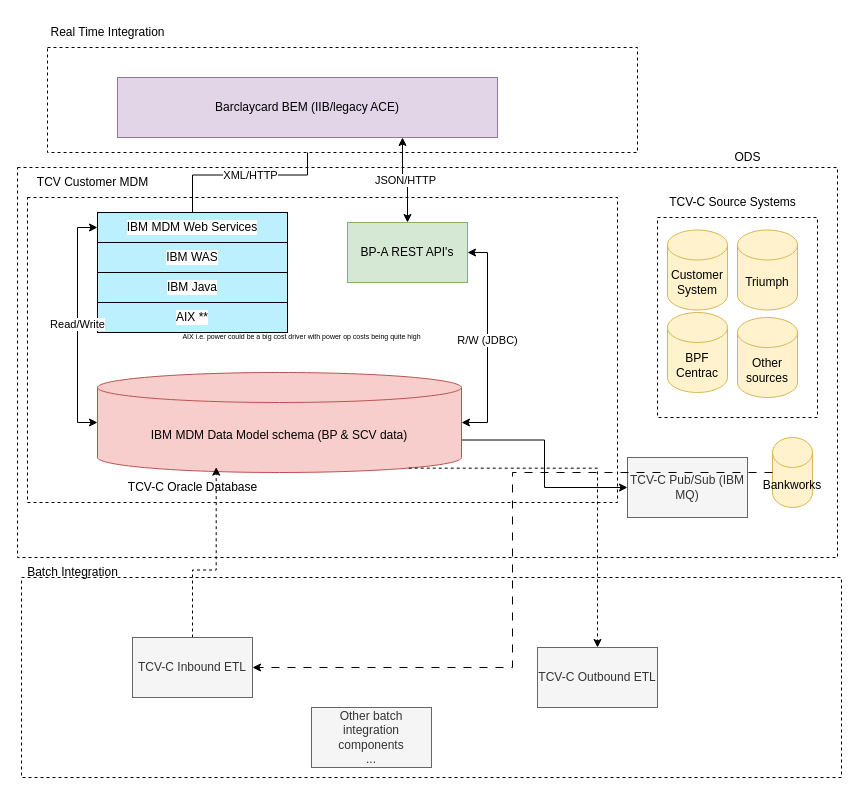
This is Untitled Diagram.drawio from benbjohnson/thesecretlivesofdata, a draw.io file, before an edit. Source tidied: cells renumbered, new cells numbered last; positions are measured from the earlier drawing's top-left corner, leaving out a move shared by most shapes. Both pictures are drawn from the tidied source at 100%, with x=0, y=0 at pixel (17, 17).
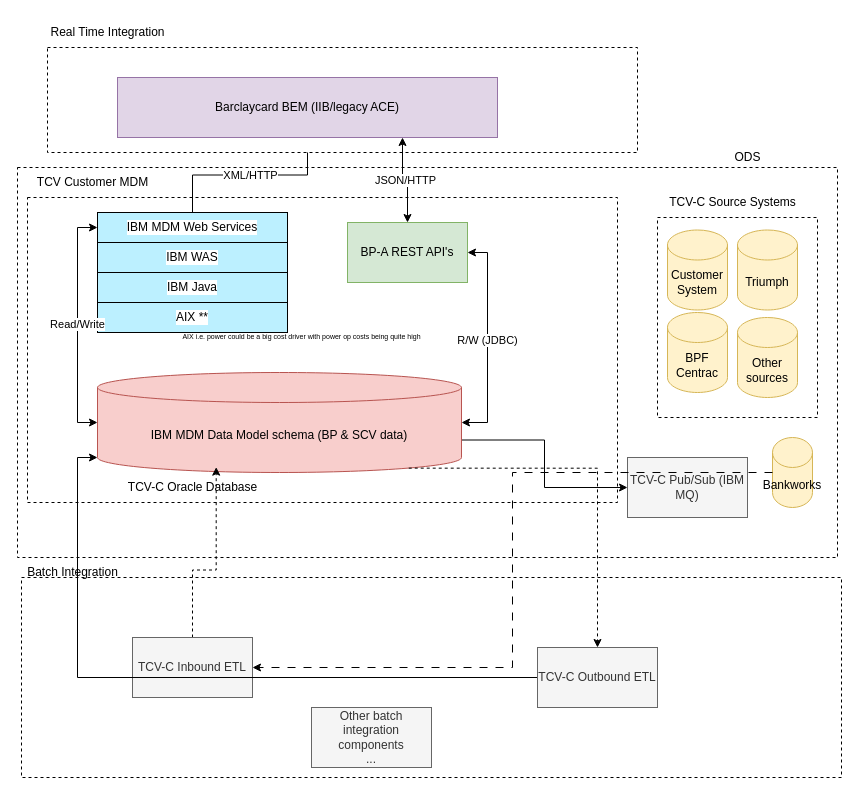
The same diagram, later.

Commit message:
tcv-c-mdm

The change refers to these unchanged cells:
```xml
<mxCell id="14" value="IBM MDM Data Model schema (BP &amp;amp; SCV data)" style="shape=cylinder3;whiteSpace=wrap;html=1;boundedLbl=1;backgroundOutline=1;size=15;fillColor=#f8cecc;strokeColor=#b85450;" parent="1" vertex="1">
  <mxGeometry x="80" y="355" width="364" height="100" as="geometry" />
</mxCell>
<mxCell id="32" value="TCV-C Outbound ETL" style="rounded=0;whiteSpace=wrap;html=1;fillColor=#f5f5f5;fontColor=#333333;strokeColor=#666666;" parent="1" vertex="1">
  <mxGeometry x="520" y="630" width="120" height="60" as="geometry" />
</mxCell>
```

The edit, as a diff of the source:
```diff
@@
+    <mxCell id="38" style="edgeStyle=orthogonalEdgeStyle;rounded=0;jettySize=auto;html=1;exitX=0;exitY=0.5;exitDx=0;exitDy=0;entryX=0;entryY=1;entryDx=0;entryDy=-15;entryPerimeter=0;" parent="1" edge="1" source="32" target="14">
+      <mxGeometry relative="1" as="geometry" />
+    </mxCell>
```
